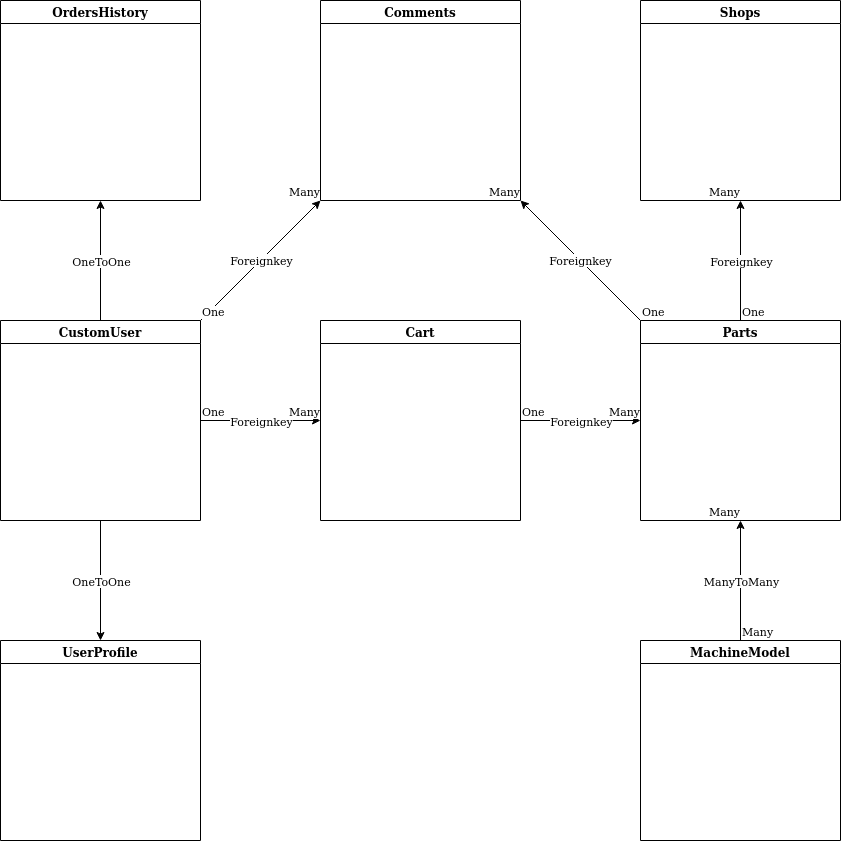
OleksandrZhydyk/PartsOnlineStore keeps this draw.io diagram as docs/DataBaseGraph.drawio.png. Above is the earlier version. Source tidied: cells renumbered, new cells last; positions are measured from the earlier drawing's top-left corner, leaving out a move shared by most shapes.
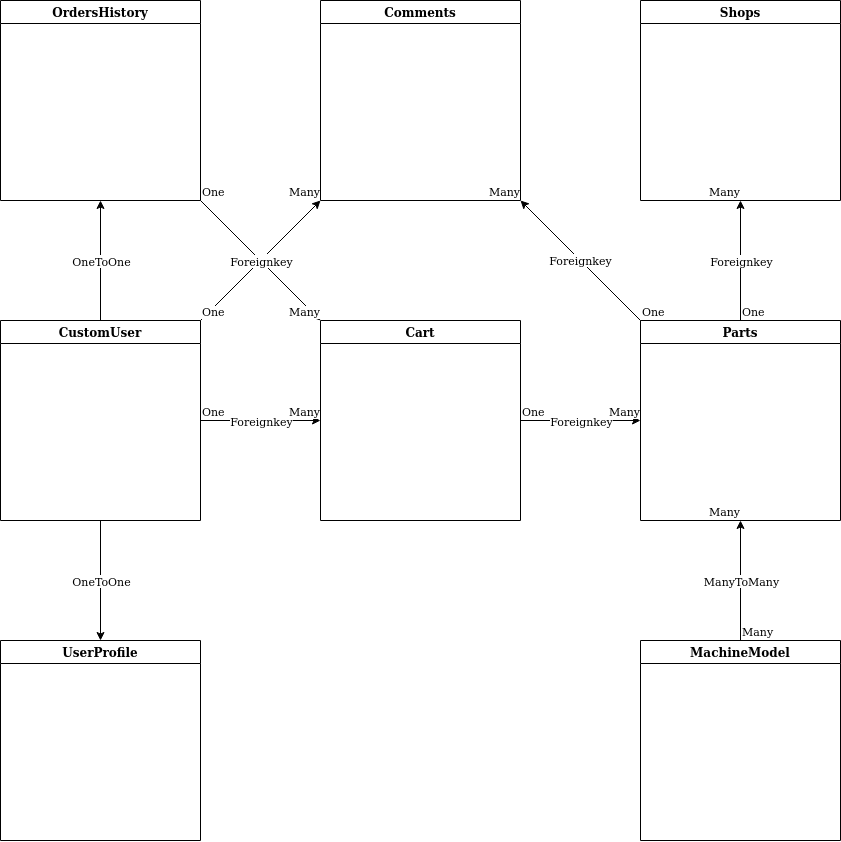
After the change.

What changed in the source:
```diff
@@ -110,5 +110,17 @@
     <mxCell id="37" value="OneToOne" style="edgeLabel;html=1;align=center;verticalAlign=middle;" parent="36" vertex="1">
       <mxGeometry relative="1" as="geometry" />
     </mxCell>
+    <mxCell id="38" style="endArrow=classic;html=1;rounded=0;entryX=0;entryY=0;entryDx=0;entryDy=0;exitX=1;exitY=1;exitDx=0;exitDy=0;" parent="1" edge="1" source="35" target="3">
+      <mxGeometry relative="1" as="geometry" />
+    </mxCell>
+    <mxCell id="39" value="Foreignkey" style="edgeLabel;html=1;align=center;verticalAlign=middle;" parent="38" vertex="1">
+      <mxGeometry relative="1" as="geometry" />
+    </mxCell>
+    <mxCell id="40" value="One" style="edgeLabel;html=1;align=left;verticalAlign=bottom;" parent="38" vertex="1">
+      <mxGeometry x="-1" relative="1" as="geometry" />
+    </mxCell>
+    <mxCell id="41" value="Many" style="edgeLabel;html=1;align=right;verticalAlign=bottom;" parent="38" vertex="1">
+      <mxGeometry x="1" relative="1" as="geometry" />
+    </mxCell>
   </root>
 </mxGraphModel>
```
